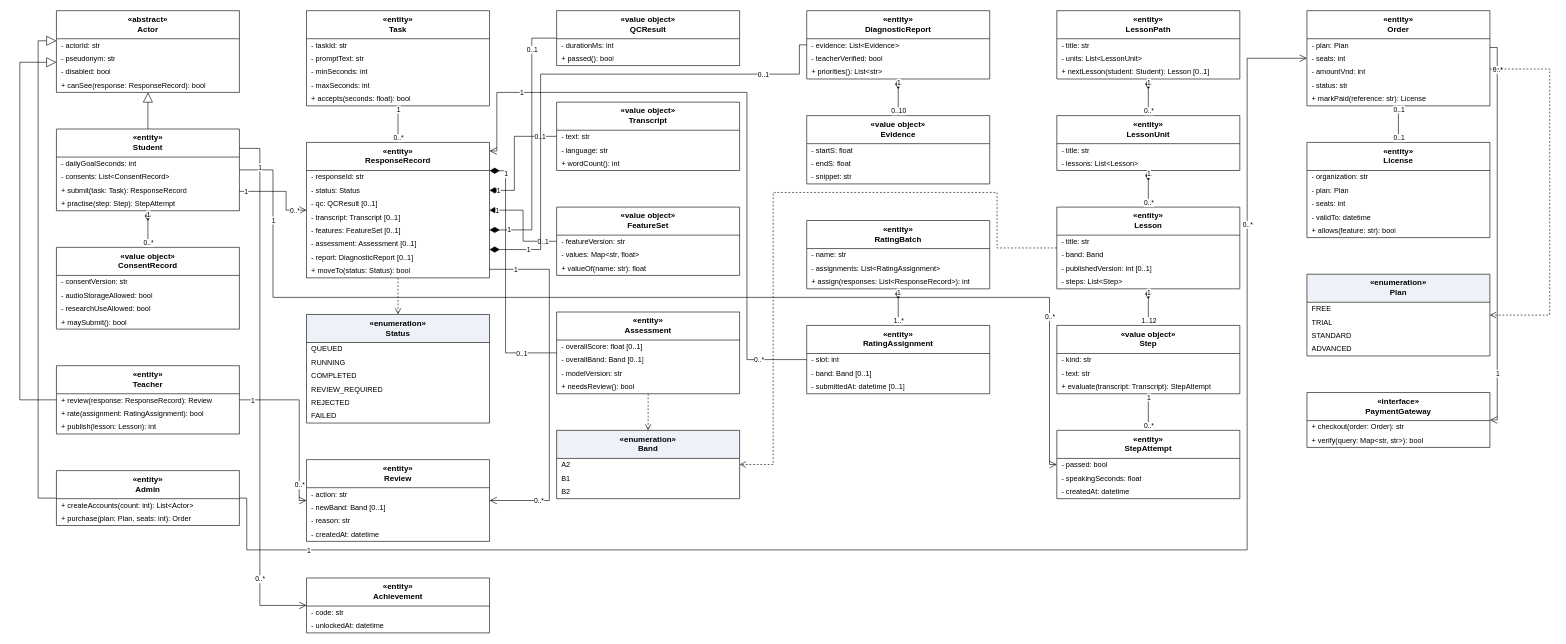
Before: docs/sdd/diagrams/target/02_class_v3_overview.drawio in ThanhSangLouis/ai-assessor-cefr, a draw.io diagram. Source tidied: cells renumbered, new cells numbered last; positions are measured from the earlier drawing's top-left corner, leaving out a move shared by most shapes. Both pictures are drawn from the tidied source at 61%, with x=0, y=0 at pixel (20, 10).
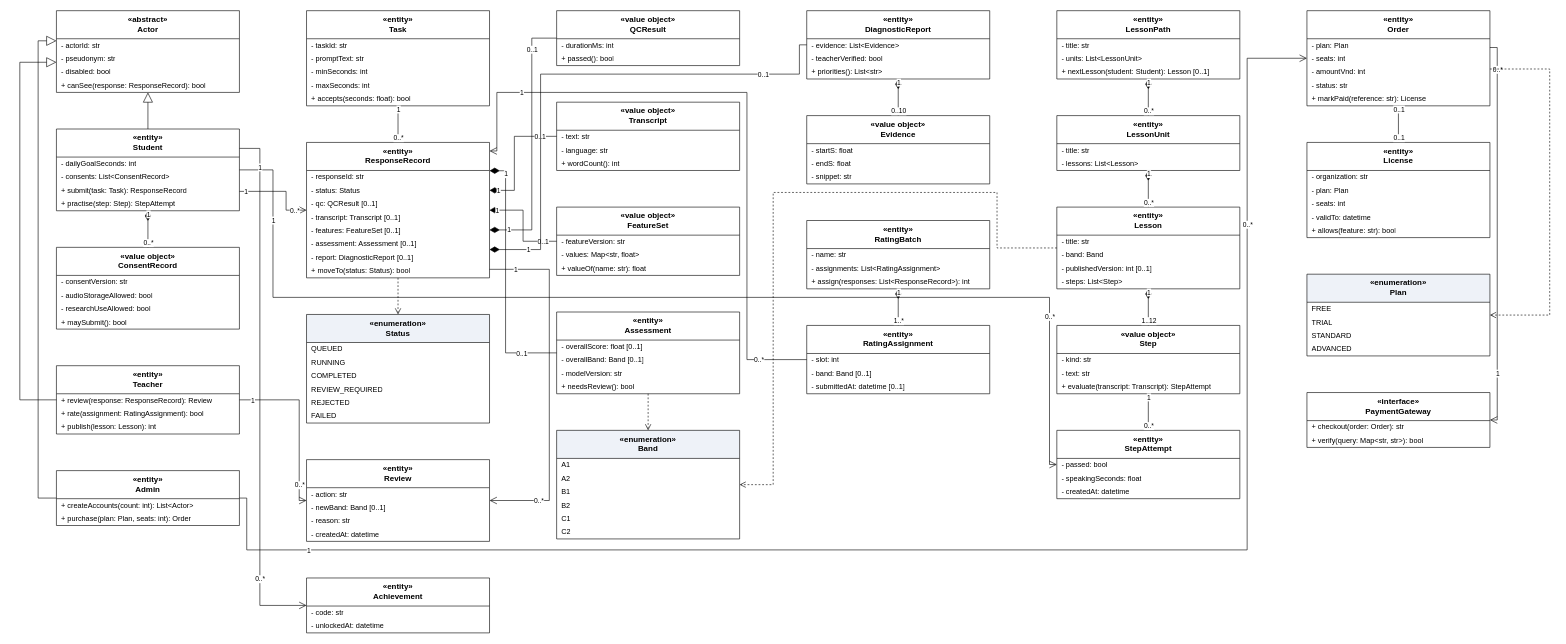
After the change.

Unchanged cells that the change refers to:
```xml
<mxCell id="75" value="«entity»&lt;br&gt;Lesson" style="swimlane;fontStyle=1;align=center;verticalAlign=top;horizontal=1;startSize=46;whiteSpace=wrap;html=1;fillColor=#ffffff;strokeColor=#000000;fontSize=13;" parent="1" vertex="1">
  <mxGeometry x="1700" y="322" width="300" height="134" as="geometry" />
</mxCell>
```

The edit, as a diff of the source:
```diff
@@
     <mxCell id="121" value="«enumeration»&lt;br&gt;Band" style="swimlane;fontStyle=1;align=center;verticalAlign=top;horizontal=1;startSize=46;whiteSpace=wrap;html=1;fillColor=#eef2f8;strokeColor=#000000;fontSize=13;" parent="1" vertex="1">
-      <mxGeometry x="880" y="688" width="300" height="112" as="geometry" />
+      <mxGeometry x="880" y="688" width="300" height="178" as="geometry" />
     </mxCell>
-    <mxCell id="122" value="A2" style="text;strokeColor=none;fillColor=none;align=left;verticalAlign=middle;spacingLeft=6;spacingRight=6;overflow=hidden;whiteSpace=wrap;html=1;fontSize=12;" parent="121" vertex="1">
+    <mxCell id="122" value="A1" style="text;strokeColor=none;fillColor=none;align=left;verticalAlign=middle;spacingLeft=6;spacingRight=6;overflow=hidden;whiteSpace=wrap;html=1;fontSize=12;" parent="121" vertex="1">
       <mxGeometry y="46" width="300" height="22" as="geometry" />
     </mxCell>
-    <mxCell id="123" value="B1" style="text;strokeColor=none;fillColor=none;align=left;verticalAlign=middle;spacingLeft=6;spacingRight=6;overflow=hidden;whiteSpace=wrap;html=1;fontSize=12;" parent="121" vertex="1">
+    <mxCell id="123" value="A2" style="text;strokeColor=none;fillColor=none;align=left;verticalAlign=middle;spacingLeft=6;spacingRight=6;overflow=hidden;whiteSpace=wrap;html=1;fontSize=12;" parent="121" vertex="1">
       <mxGeometry y="68" width="300" height="22" as="geometry" />
     </mxCell>
-    <mxCell id="124" value="B2" style="text;strokeColor=none;fillColor=none;align=left;verticalAlign=middle;spacingLeft=6;spacingRight=6;overflow=hidden;whiteSpace=wrap;html=1;fontSize=12;" parent="121" vertex="1">
+    <mxCell id="124" value="B1" style="text;strokeColor=none;fillColor=none;align=left;verticalAlign=middle;spacingLeft=6;spacingRight=6;overflow=hidden;whiteSpace=wrap;html=1;fontSize=12;" parent="121" vertex="1">
       <mxGeometry y="90" width="300" height="22" as="geometry" />
     </mxCell>
+    <mxCell id="203" value="B2" style="text;strokeColor=none;fillColor=none;align=left;verticalAlign=middle;spacingLeft=6;spacingRight=6;overflow=hidden;whiteSpace=wrap;html=1;fontSize=12;" parent="121" vertex="1">
+      <mxGeometry y="112" width="300" height="22" as="geometry" />
+    </mxCell>
+    <mxCell id="204" value="C1" style="text;strokeColor=none;fillColor=none;align=left;verticalAlign=middle;spacingLeft=6;spacingRight=6;overflow=hidden;whiteSpace=wrap;html=1;fontSize=12;" parent="121" vertex="1">
+      <mxGeometry y="134" width="300" height="22" as="geometry" />
+    </mxCell>
+    <mxCell id="205" value="C2" style="text;strokeColor=none;fillColor=none;align=left;verticalAlign=middle;spacingLeft=6;spacingRight=6;overflow=hidden;whiteSpace=wrap;html=1;fontSize=12;" parent="121" vertex="1">
+      <mxGeometry y="156" width="300" height="22" as="geometry" />
+    </mxCell>
@@
     <mxCell id="201" style="endArrow=open;html=1;endSize=8;dashed=1;edgeStyle=orthogonalEdgeStyle;rounded=0;strokeColor=#000000;fontSize=10;fontColor=#000000;exitX=0;exitY=0.5;exitDx=0;exitDy=0;entryX=1;entryY=0.5;entryDx=0;entryDy=0;" parent="1" edge="1" source="75" target="121">
       <mxGeometry relative="1" as="geometry">
         <Array as="points">
           <mxPoint x="1602" y="389" />
           <mxPoint x="1602" y="298" />
           <mxPoint x="1235" y="298" />
-          <mxPoint x="1235" y="744" />
+          <mxPoint x="1235" y="777" />
         </Array>
       </mxGeometry>
     </mxCell>
```
